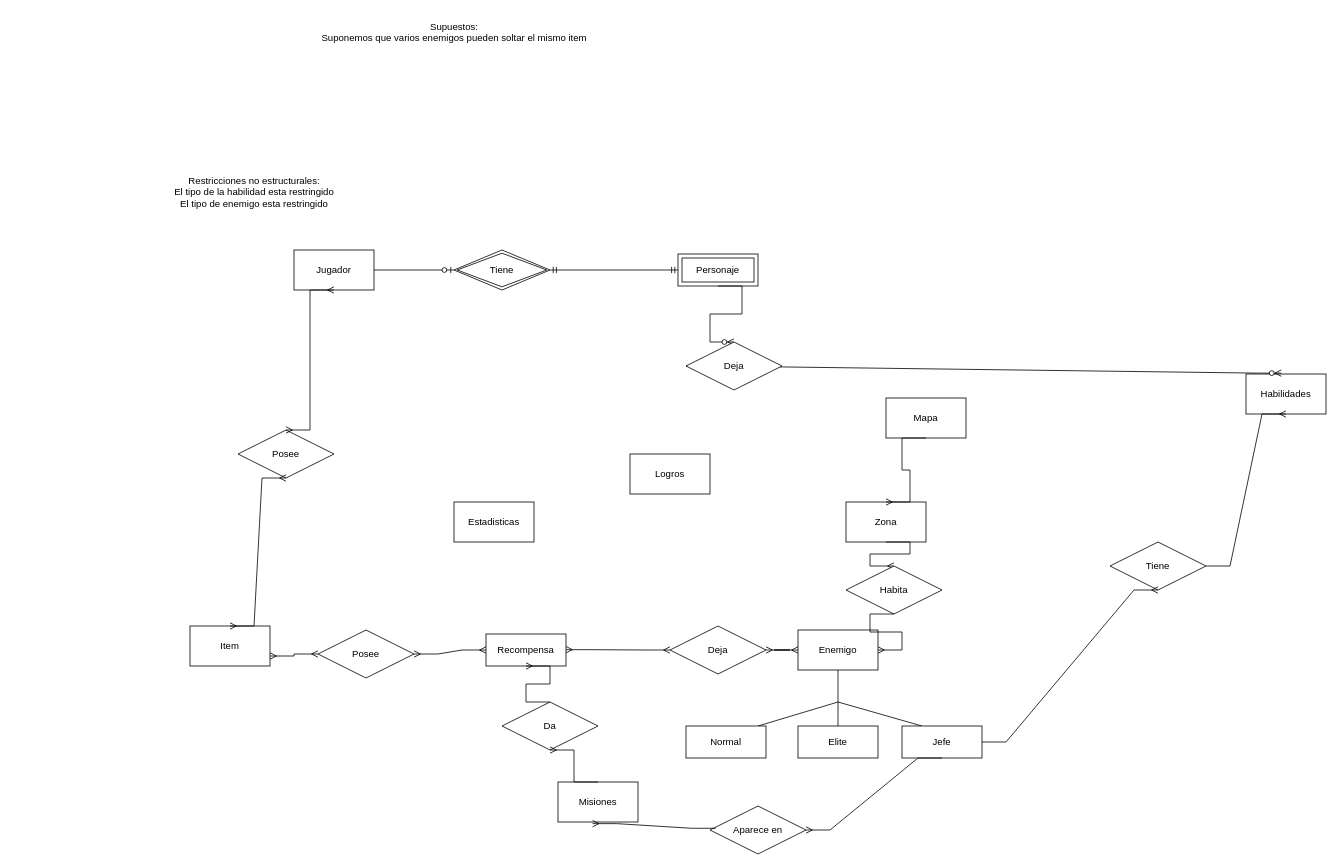
This is Parte1.drawio from MartinAlonsoo/Obligatorio1BD2, a draw.io file, before an edit. Source tidied: cells renumbered, new cells numbered last; positions are measured from the earlier drawing's top-left corner, leaving out a move shared by most shapes. Both pictures are drawn from the tidied source at 80%, with x=0, y=0 at pixel (166, 14).
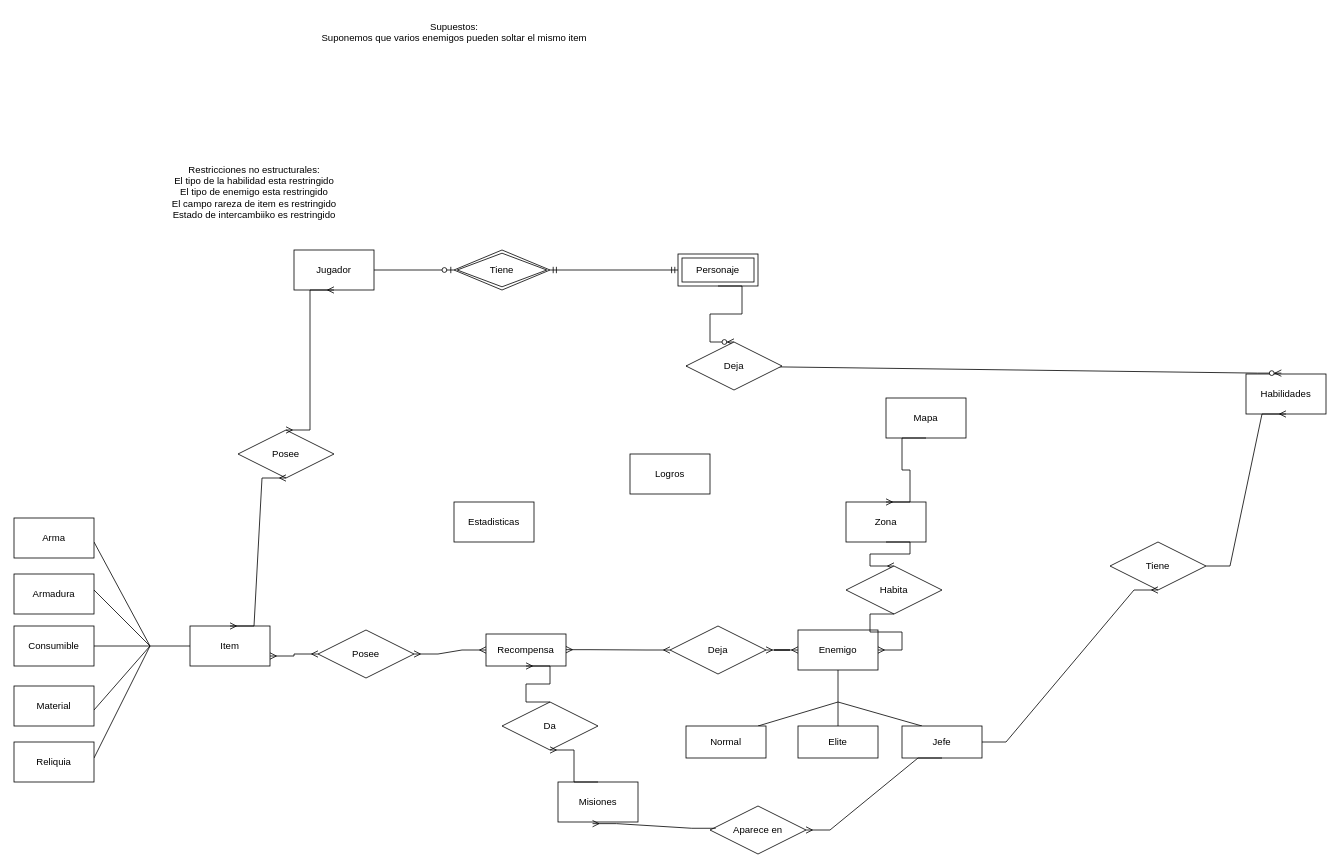
The same page after the edit.

Commit message:
Terminado esqueleto

Unchanged cells that the change refers to:
```xml
<mxCell id="5" value="Item" style="rounded=0;whiteSpace=wrap;html=1;" parent="1" vertex="1">
  <mxGeometry x="30" y="765" width="100" height="50" as="geometry" />
</mxCell>
```

Change to the diagram source:
```diff
@@
-    <mxCell id="14" value="Restricciones no estructurales:&lt;br&gt;El tipo de la habilidad esta restringido&lt;br&gt;El tipo de enemigo esta restringido" style="text;html=1;align=center;verticalAlign=middle;strokeColor=none;fillColor=none;" parent="1" vertex="1">
-      <mxGeometry y="193" width="220" height="60" as="geometry" />
+    <mxCell id="14" value="Restricciones no estructurales:&lt;br&gt;El tipo de la habilidad esta restringido&lt;br&gt;El tipo de enemigo esta restringido&lt;br&gt;El campo rareza de item es restringido&lt;br&gt;Estado de intercambiiko es restringido" style="text;html=1;align=center;verticalAlign=middle;strokeColor=none;fillColor=none;" parent="1" vertex="1">
+      <mxGeometry x="-5" y="178" width="230" height="90" as="geometry" />
     </mxCell>
@@
+    <mxCell id="51" style="endArrow=none;html=1;rounded=0;entryX=0;entryY=0.5;entryDx=0;entryDy=0;" parent="1" edge="1" target="5">
+      <mxGeometry relative="1" as="geometry">
+        <mxPoint x="-90" y="790" as="sourcePoint" />
+      </mxGeometry>
+    </mxCell>
+    <mxCell id="52" style="endArrow=none;html=1;rounded=0;" parent="1" edge="1">
+      <mxGeometry relative="1" as="geometry">
+        <mxPoint x="-90" y="870" as="sourcePoint" />
+        <mxPoint x="-20" y="790" as="targetPoint" />
+      </mxGeometry>
+    </mxCell>
+    <mxCell id="53" style="endArrow=none;html=1;rounded=0;" parent="1" edge="1">
+      <mxGeometry relative="1" as="geometry">
+        <mxPoint x="-90" y="720" as="sourcePoint" />
+        <mxPoint x="-20" y="790" as="targetPoint" />
+      </mxGeometry>
+    </mxCell>
+    <mxCell id="54" style="endArrow=none;html=1;rounded=0;" parent="1" edge="1">
+      <mxGeometry relative="1" as="geometry">
+        <mxPoint x="-90" y="930" as="sourcePoint" />
+        <mxPoint x="-20" y="790" as="targetPoint" />
+      </mxGeometry>
+    </mxCell>
+    <mxCell id="55" style="endArrow=none;html=1;rounded=0;" parent="1" edge="1">
+      <mxGeometry relative="1" as="geometry">
+        <mxPoint x="-90" y="660" as="sourcePoint" />
+        <mxPoint x="-20" y="790" as="targetPoint" />
+      </mxGeometry>
+    </mxCell>
+    <mxCell id="56" value="Arma" style="rounded=0;whiteSpace=wrap;html=1;" parent="1" vertex="1">
+      <mxGeometry x="-190" y="630" width="100" height="50" as="geometry" />
+    </mxCell>
+    <mxCell id="57" value="Armadura" style="rounded=0;whiteSpace=wrap;html=1;" parent="1" vertex="1">
+      <mxGeometry x="-190" y="700" width="100" height="50" as="geometry" />
+    </mxCell>
+    <mxCell id="58" value="Consumible" style="rounded=0;whiteSpace=wrap;html=1;" parent="1" vertex="1">
+      <mxGeometry x="-190" y="765" width="100" height="50" as="geometry" />
+    </mxCell>
+    <mxCell id="59" value="Material" style="rounded=0;whiteSpace=wrap;html=1;" parent="1" vertex="1">
+      <mxGeometry x="-190" y="840" width="100" height="50" as="geometry" />
+    </mxCell>
+    <mxCell id="60" value="Reliquia" style="rounded=0;whiteSpace=wrap;html=1;" parent="1" vertex="1">
+      <mxGeometry x="-190" y="910" width="100" height="50" as="geometry" />
+    </mxCell>
```
